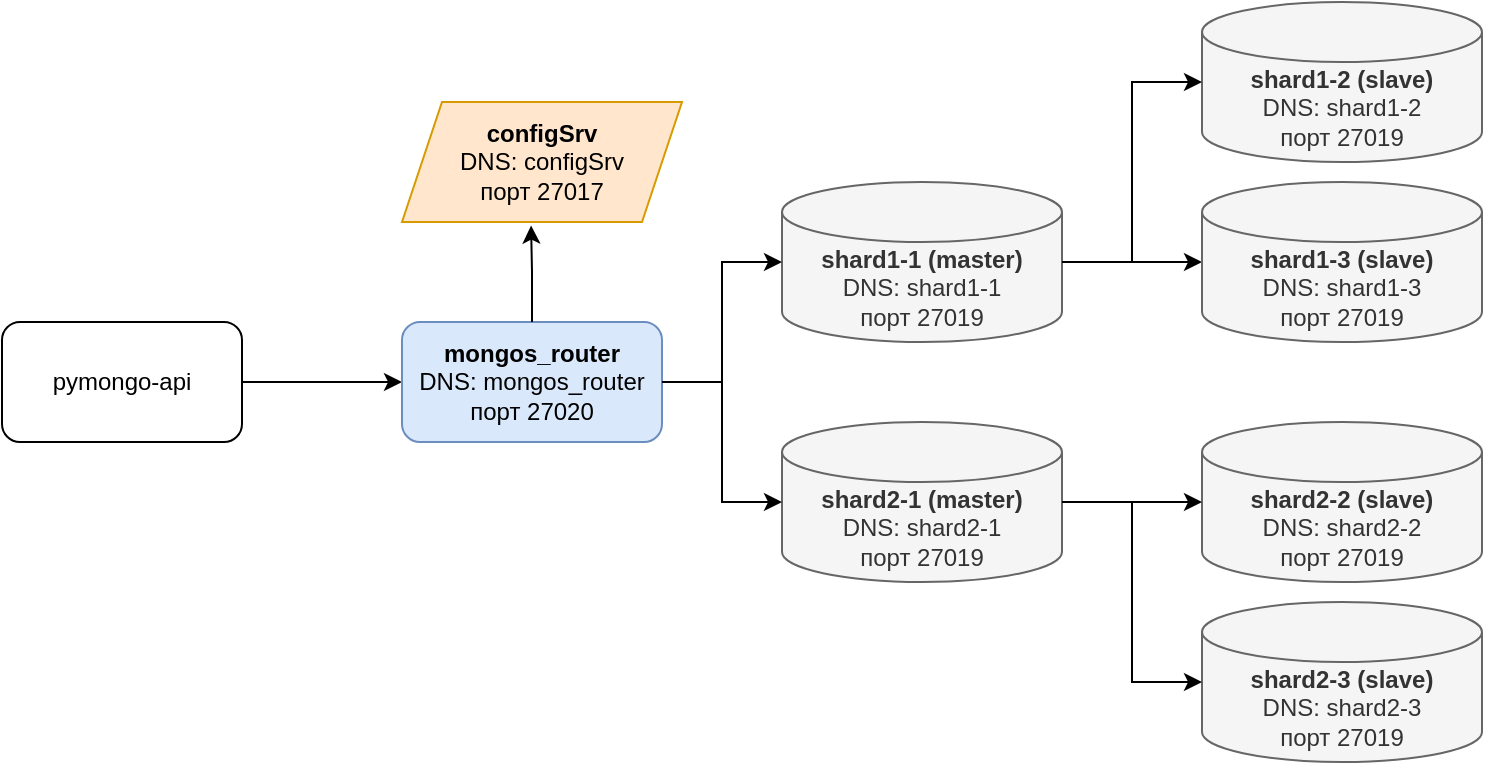
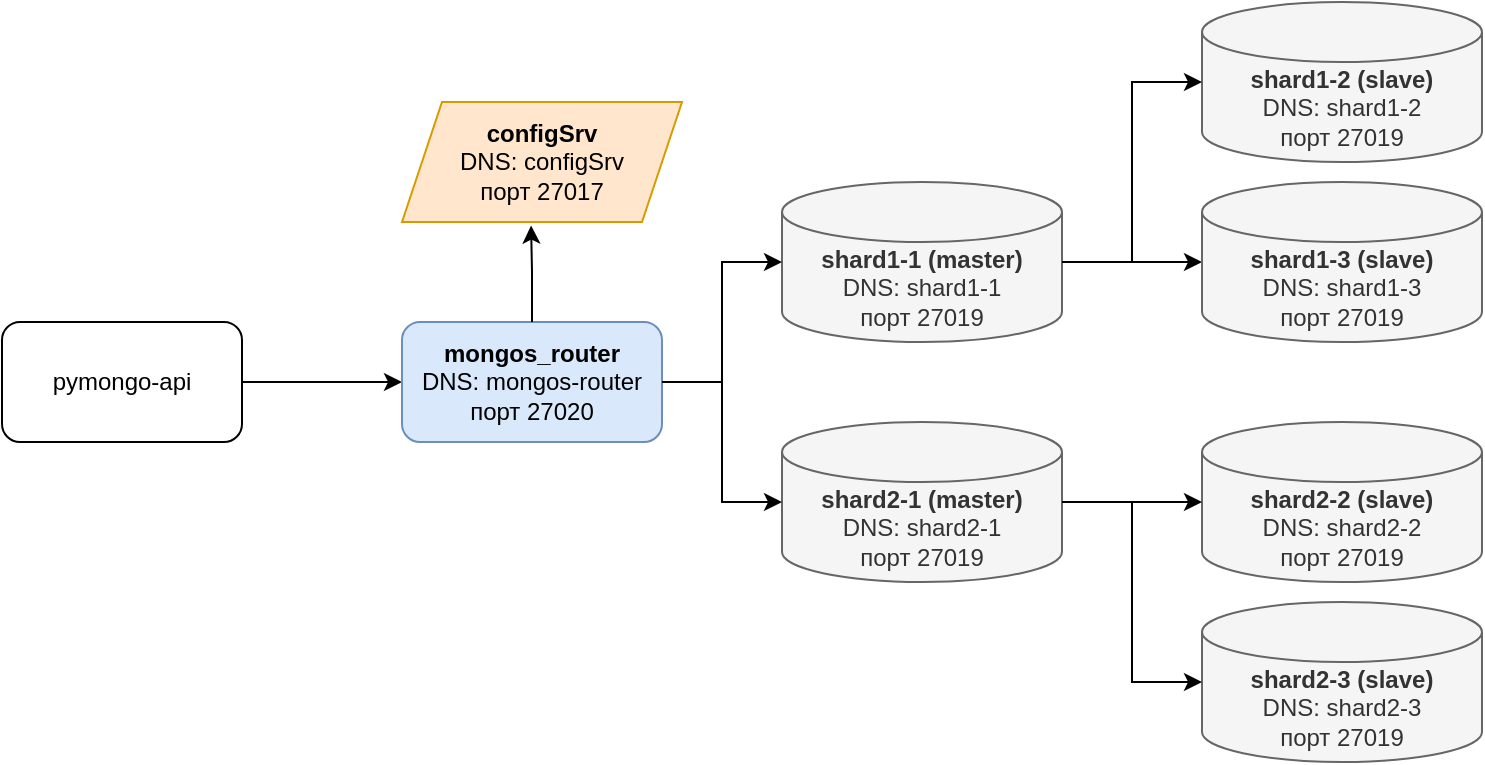
- <mxfile host="app.diagrams.net">
-   <diagram name="02-replication" id="bf-replication">
-     <mxGraphModel dx="924" dy="579" grid="1" gridSize="10" guides="1" tooltips="1" connect="1" arrows="1" fold="1" page="1" pageScale="1" pageWidth="1169" pageHeight="827" background="#ffffff" math="0" shadow="0">
-       <root>
-         <mxCell id="0" />
-         <mxCell id="1" parent="0" />
-         <mxCell id="2" parent="1" style="rounded=1;whiteSpace=wrap;html=1;labelBackgroundColor=none;" value="pymongo-api" vertex="1">
-           <mxGeometry height="60" width="120" x="360" y="320" as="geometry" />
-         </mxCell>
-         <mxCell id="3" edge="1" parent="1" source="2" style="edgeStyle=orthogonalEdgeStyle;rounded=0;orthogonalLoop=1;jettySize=auto;html=1;exitX=1;exitY=0.5;exitDx=0;exitDy=0;entryX=0;entryY=0.5;entryDx=0;entryDy=0;labelBackgroundColor=none;fontColor=default;" target="4">
-           <mxGeometry relative="1" as="geometry">
-             <mxPoint x="560" y="320" as="targetPoint" />
-           </mxGeometry>
-         </mxCell>
-         <mxCell id="4" parent="1" style="rounded=1;whiteSpace=wrap;html=1;labelBackgroundColor=none;fillColor=#dae8fc;strokeColor=#6c8ebf;" value="&lt;b&gt;mongos_router&lt;/b&gt;&lt;br&gt;DNS: mongos_router&lt;br&gt;порт 27020" vertex="1">
-           <mxGeometry height="60" width="130" x="560" y="320" as="geometry" />
-         </mxCell>
-         <mxCell id="5" parent="1" style="shape=parallelogram;perimeter=parallelogramPerimeter;whiteSpace=wrap;html=1;fixedSize=1;labelBackgroundColor=none;fillColor=#ffe6cc;strokeColor=#d79b00;" value="&lt;b&gt;configSrv&lt;/b&gt;&lt;br&gt;DNS: configSrv&lt;br&gt;порт 27017" vertex="1">
-           <mxGeometry height="60" width="140" x="560" y="210" as="geometry" />
-         </mxCell>
-         <mxCell id="6" edge="1" parent="1" source="4" style="edgeStyle=orthogonalEdgeStyle;rounded=0;orthogonalLoop=1;jettySize=auto;html=1;entryX=0.461;entryY=1.03;entryDx=0;entryDy=0;entryPerimeter=0;labelBackgroundColor=none;fontColor=default;" target="5">
-           <mxGeometry relative="1" as="geometry" />
-         </mxCell>
-         <mxCell id="7" parent="1" style="shape=cylinder3;whiteSpace=wrap;html=1;boundedLbl=1;backgroundOutline=1;size=15;labelBackgroundColor=none;fillColor=#f5f5f5;fontColor=#333333;strokeColor=#666666;" value="&lt;b&gt;shard2-1&amp;nbsp;&lt;/b&gt;&lt;b&gt;(master)&lt;/b&gt;&lt;b&gt;&lt;br&gt;&lt;/b&gt;DNS: shard2-1&lt;br&gt;порт 27019" vertex="1">
-           <mxGeometry height="80" width="140" x="750" y="370" as="geometry" />
-         </mxCell>
-         <mxCell id="0dZ2eszV3K_LcAIp9R21-18" edge="1" parent="1" source="8" style="edgeStyle=orthogonalEdgeStyle;rounded=0;orthogonalLoop=1;jettySize=auto;html=1;exitX=1;exitY=0.5;exitDx=0;exitDy=0;exitPerimeter=0;" target="0dZ2eszV3K_LcAIp9R21-17">
-           <mxGeometry relative="1" as="geometry" />
-         </mxCell>
-         <mxCell id="8" parent="1" style="shape=cylinder3;whiteSpace=wrap;html=1;boundedLbl=1;backgroundOutline=1;size=15;labelBackgroundColor=none;fillColor=#f5f5f5;fontColor=#333333;strokeColor=#666666;" value="&lt;b&gt;shard1-1 (master)&lt;/b&gt;&lt;br&gt;DNS: shard1-1&lt;br&gt;порт 27019" vertex="1">
-           <mxGeometry height="80" width="140" x="750" y="250" as="geometry" />
-         </mxCell>
-         <mxCell id="9" edge="1" parent="1" source="4" style="edgeStyle=orthogonalEdgeStyle;rounded=0;orthogonalLoop=1;jettySize=auto;html=1;entryX=0;entryY=0.5;entryDx=0;entryDy=0;entryPerimeter=0;labelBackgroundColor=none;fontColor=default;" target="8">
-           <mxGeometry relative="1" as="geometry" />
-         </mxCell>
-         <mxCell id="10" edge="1" parent="1" source="4" style="edgeStyle=orthogonalEdgeStyle;rounded=0;orthogonalLoop=1;jettySize=auto;html=1;exitX=1;exitY=0.5;exitDx=0;exitDy=0;entryX=0;entryY=0.5;entryDx=0;entryDy=0;entryPerimeter=0;labelBackgroundColor=none;fontColor=default;" target="7">
-           <mxGeometry relative="1" as="geometry" />
-         </mxCell>
-         <mxCell id="0dZ2eszV3K_LcAIp9R21-16" parent="1" style="shape=cylinder3;whiteSpace=wrap;html=1;boundedLbl=1;backgroundOutline=1;size=15;labelBackgroundColor=none;fillColor=#f5f5f5;fontColor=#333333;strokeColor=#666666;" value="&lt;b&gt;shard1-2 (slave)&lt;/b&gt;&lt;br&gt;DNS: shard1-2&lt;br&gt;порт 27019" vertex="1">
-           <mxGeometry height="80" width="140" x="960" y="160" as="geometry" />
-         </mxCell>
-         <mxCell id="0dZ2eszV3K_LcAIp9R21-17" parent="1" style="shape=cylinder3;whiteSpace=wrap;html=1;boundedLbl=1;backgroundOutline=1;size=15;labelBackgroundColor=none;fillColor=#f5f5f5;fontColor=#333333;strokeColor=#666666;" value="&lt;b&gt;shard1-3 (&lt;/b&gt;&lt;b&gt;slave&lt;/b&gt;&lt;b&gt;)&lt;/b&gt;&lt;br&gt;DNS: shard1-3&lt;br&gt;порт 27019" vertex="1">
-           <mxGeometry height="80" width="140" x="960" y="250" as="geometry" />
-         </mxCell>
-         <mxCell id="0dZ2eszV3K_LcAIp9R21-19" edge="1" parent="1" source="8" style="edgeStyle=orthogonalEdgeStyle;rounded=0;orthogonalLoop=1;jettySize=auto;html=1;exitX=1;exitY=0.5;exitDx=0;exitDy=0;exitPerimeter=0;entryX=0;entryY=0.5;entryDx=0;entryDy=0;entryPerimeter=0;" target="0dZ2eszV3K_LcAIp9R21-16">
-           <mxGeometry relative="1" as="geometry" />
-         </mxCell>
-         <mxCell id="0dZ2eszV3K_LcAIp9R21-20" parent="1" style="shape=cylinder3;whiteSpace=wrap;html=1;boundedLbl=1;backgroundOutline=1;size=15;labelBackgroundColor=none;fillColor=#f5f5f5;fontColor=#333333;strokeColor=#666666;" value="&lt;b&gt;shard2-2 (slave)&lt;/b&gt;&lt;br&gt;DNS: shard2-2&lt;br&gt;порт 27019" vertex="1">
-           <mxGeometry height="80" width="140" x="960" y="370" as="geometry" />
-         </mxCell>
-         <mxCell id="0dZ2eszV3K_LcAIp9R21-21" parent="1" style="shape=cylinder3;whiteSpace=wrap;html=1;boundedLbl=1;backgroundOutline=1;size=15;labelBackgroundColor=none;fillColor=#f5f5f5;fontColor=#333333;strokeColor=#666666;" value="&lt;b&gt;shard2-3 (&lt;/b&gt;&lt;b&gt;slave&lt;/b&gt;&lt;b&gt;)&lt;/b&gt;&lt;br&gt;DNS: shard2-3&lt;br&gt;порт 27019" vertex="1">
-           <mxGeometry height="80" width="140" x="960" y="460" as="geometry" />
-         </mxCell>
-         <mxCell id="0dZ2eszV3K_LcAIp9R21-22" edge="1" parent="1" source="7" style="edgeStyle=orthogonalEdgeStyle;rounded=0;orthogonalLoop=1;jettySize=auto;html=1;entryX=0;entryY=0.5;entryDx=0;entryDy=0;entryPerimeter=0;" target="0dZ2eszV3K_LcAIp9R21-20">
-           <mxGeometry relative="1" as="geometry" />
-         </mxCell>
-         <mxCell id="0dZ2eszV3K_LcAIp9R21-23" edge="1" parent="1" source="7" style="edgeStyle=orthogonalEdgeStyle;rounded=0;orthogonalLoop=1;jettySize=auto;html=1;entryX=0;entryY=0.5;entryDx=0;entryDy=0;entryPerimeter=0;" target="0dZ2eszV3K_LcAIp9R21-21">
-           <mxGeometry relative="1" as="geometry" />
-         </mxCell>
-       </root>
-     </mxGraphModel>
-   </diagram>
- </mxfile>
+ <mxfile host="65bd71144e">
+     <diagram name="02-replication" id="bf-replication">
+         <mxGraphModel dx="145" dy="100" grid="1" gridSize="10" guides="1" tooltips="1" connect="1" arrows="1" fold="1" page="1" pageScale="1" pageWidth="1169" pageHeight="827" background="#ffffff" math="0" shadow="0">
+             <root>
+                 <mxCell id="0"/>
+                 <mxCell id="1" parent="0"/>
+                 <mxCell id="2" value="pymongo-api" style="rounded=1;whiteSpace=wrap;html=1;labelBackgroundColor=none;" parent="1" vertex="1">
+                     <mxGeometry x="360" y="320" width="120" height="60" as="geometry"/>
+                 </mxCell>
+                 <mxCell id="3" style="edgeStyle=orthogonalEdgeStyle;rounded=0;orthogonalLoop=1;jettySize=auto;html=1;exitX=1;exitY=0.5;exitDx=0;exitDy=0;entryX=0;entryY=0.5;entryDx=0;entryDy=0;labelBackgroundColor=none;fontColor=default;" parent="1" source="2" target="4" edge="1">
+                     <mxGeometry relative="1" as="geometry">
+                         <mxPoint x="560" y="320" as="targetPoint"/>
+                     </mxGeometry>
+                 </mxCell>
+                 <mxCell id="4" value="&lt;b&gt;mongos_router&lt;/b&gt;&lt;br&gt;DNS: mongos-router&lt;br&gt;порт 27020" style="rounded=1;whiteSpace=wrap;html=1;labelBackgroundColor=none;fillColor=#dae8fc;strokeColor=#6c8ebf;" parent="1" vertex="1">
+                     <mxGeometry x="560" y="320" width="130" height="60" as="geometry"/>
+                 </mxCell>
+                 <mxCell id="5" value="&lt;b&gt;configSrv&lt;/b&gt;&lt;br&gt;DNS: configSrv&lt;br&gt;порт 27017" style="shape=parallelogram;perimeter=parallelogramPerimeter;whiteSpace=wrap;html=1;fixedSize=1;labelBackgroundColor=none;fillColor=#ffe6cc;strokeColor=#d79b00;" parent="1" vertex="1">
+                     <mxGeometry x="560" y="210" width="140" height="60" as="geometry"/>
+                 </mxCell>
+                 <mxCell id="6" style="edgeStyle=orthogonalEdgeStyle;rounded=0;orthogonalLoop=1;jettySize=auto;html=1;entryX=0.461;entryY=1.03;entryDx=0;entryDy=0;entryPerimeter=0;labelBackgroundColor=none;fontColor=default;" parent="1" source="4" target="5" edge="1">
+                     <mxGeometry relative="1" as="geometry"/>
+                 </mxCell>
+                 <mxCell id="7" value="&lt;b&gt;shard2-1&amp;nbsp;&lt;/b&gt;&lt;b&gt;(master)&lt;/b&gt;&lt;b&gt;&lt;br&gt;&lt;/b&gt;DNS: shard2-1&lt;br&gt;порт 27019" style="shape=cylinder3;whiteSpace=wrap;html=1;boundedLbl=1;backgroundOutline=1;size=15;labelBackgroundColor=none;fillColor=#f5f5f5;fontColor=#333333;strokeColor=#666666;" parent="1" vertex="1">
+                     <mxGeometry x="750" y="370" width="140" height="80" as="geometry"/>
+                 </mxCell>
+                 <mxCell id="0dZ2eszV3K_LcAIp9R21-18" style="edgeStyle=orthogonalEdgeStyle;rounded=0;orthogonalLoop=1;jettySize=auto;html=1;exitX=1;exitY=0.5;exitDx=0;exitDy=0;exitPerimeter=0;" parent="1" source="8" target="0dZ2eszV3K_LcAIp9R21-17" edge="1">
+                     <mxGeometry relative="1" as="geometry"/>
+                 </mxCell>
+                 <mxCell id="8" value="&lt;b&gt;shard1-1 (master)&lt;/b&gt;&lt;br&gt;DNS: shard1-1&lt;br&gt;порт 27019" style="shape=cylinder3;whiteSpace=wrap;html=1;boundedLbl=1;backgroundOutline=1;size=15;labelBackgroundColor=none;fillColor=#f5f5f5;fontColor=#333333;strokeColor=#666666;" parent="1" vertex="1">
+                     <mxGeometry x="750" y="250" width="140" height="80" as="geometry"/>
+                 </mxCell>
+                 <mxCell id="9" style="edgeStyle=orthogonalEdgeStyle;rounded=0;orthogonalLoop=1;jettySize=auto;html=1;entryX=0;entryY=0.5;entryDx=0;entryDy=0;entryPerimeter=0;labelBackgroundColor=none;fontColor=default;" parent="1" source="4" target="8" edge="1">
+                     <mxGeometry relative="1" as="geometry"/>
+                 </mxCell>
+                 <mxCell id="10" style="edgeStyle=orthogonalEdgeStyle;rounded=0;orthogonalLoop=1;jettySize=auto;html=1;exitX=1;exitY=0.5;exitDx=0;exitDy=0;entryX=0;entryY=0.5;entryDx=0;entryDy=0;entryPerimeter=0;labelBackgroundColor=none;fontColor=default;" parent="1" source="4" target="7" edge="1">
+                     <mxGeometry relative="1" as="geometry"/>
+                 </mxCell>
+                 <mxCell id="0dZ2eszV3K_LcAIp9R21-16" value="&lt;b&gt;shard1-2 (slave)&lt;/b&gt;&lt;br&gt;DNS: shard1-2&lt;br&gt;порт 27019" style="shape=cylinder3;whiteSpace=wrap;html=1;boundedLbl=1;backgroundOutline=1;size=15;labelBackgroundColor=none;fillColor=#f5f5f5;fontColor=#333333;strokeColor=#666666;" parent="1" vertex="1">
+                     <mxGeometry x="960" y="160" width="140" height="80" as="geometry"/>
+                 </mxCell>
+                 <mxCell id="0dZ2eszV3K_LcAIp9R21-17" value="&lt;b&gt;shard1-3 (&lt;/b&gt;&lt;b&gt;slave&lt;/b&gt;&lt;b&gt;)&lt;/b&gt;&lt;br&gt;DNS: shard1-3&lt;br&gt;порт 27019" style="shape=cylinder3;whiteSpace=wrap;html=1;boundedLbl=1;backgroundOutline=1;size=15;labelBackgroundColor=none;fillColor=#f5f5f5;fontColor=#333333;strokeColor=#666666;" parent="1" vertex="1">
+                     <mxGeometry x="960" y="250" width="140" height="80" as="geometry"/>
+                 </mxCell>
+                 <mxCell id="0dZ2eszV3K_LcAIp9R21-19" style="edgeStyle=orthogonalEdgeStyle;rounded=0;orthogonalLoop=1;jettySize=auto;html=1;exitX=1;exitY=0.5;exitDx=0;exitDy=0;exitPerimeter=0;entryX=0;entryY=0.5;entryDx=0;entryDy=0;entryPerimeter=0;" parent="1" source="8" target="0dZ2eszV3K_LcAIp9R21-16" edge="1">
+                     <mxGeometry relative="1" as="geometry"/>
+                 </mxCell>
+                 <mxCell id="0dZ2eszV3K_LcAIp9R21-20" value="&lt;b&gt;shard2-2 (slave)&lt;/b&gt;&lt;br&gt;DNS: shard2-2&lt;br&gt;порт 27019" style="shape=cylinder3;whiteSpace=wrap;html=1;boundedLbl=1;backgroundOutline=1;size=15;labelBackgroundColor=none;fillColor=#f5f5f5;fontColor=#333333;strokeColor=#666666;" parent="1" vertex="1">
+                     <mxGeometry x="960" y="370" width="140" height="80" as="geometry"/>
+                 </mxCell>
+                 <mxCell id="0dZ2eszV3K_LcAIp9R21-21" value="&lt;b&gt;shard2-3 (&lt;/b&gt;&lt;b&gt;slave&lt;/b&gt;&lt;b&gt;)&lt;/b&gt;&lt;br&gt;DNS: shard2-3&lt;br&gt;порт 27019" style="shape=cylinder3;whiteSpace=wrap;html=1;boundedLbl=1;backgroundOutline=1;size=15;labelBackgroundColor=none;fillColor=#f5f5f5;fontColor=#333333;strokeColor=#666666;" parent="1" vertex="1">
+                     <mxGeometry x="960" y="460" width="140" height="80" as="geometry"/>
+                 </mxCell>
+                 <mxCell id="0dZ2eszV3K_LcAIp9R21-22" style="edgeStyle=orthogonalEdgeStyle;rounded=0;orthogonalLoop=1;jettySize=auto;html=1;entryX=0;entryY=0.5;entryDx=0;entryDy=0;entryPerimeter=0;" parent="1" source="7" target="0dZ2eszV3K_LcAIp9R21-20" edge="1">
+                     <mxGeometry relative="1" as="geometry"/>
+                 </mxCell>
+                 <mxCell id="0dZ2eszV3K_LcAIp9R21-23" style="edgeStyle=orthogonalEdgeStyle;rounded=0;orthogonalLoop=1;jettySize=auto;html=1;entryX=0;entryY=0.5;entryDx=0;entryDy=0;entryPerimeter=0;" parent="1" source="7" target="0dZ2eszV3K_LcAIp9R21-21" edge="1">
+                     <mxGeometry relative="1" as="geometry"/>
+                 </mxCell>
+             </root>
+         </mxGraphModel>
+     </diagram>
+ </mxfile>